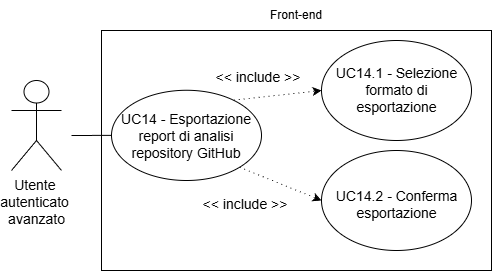
Earlier version of the draw.io export assets/diagrams/UC14.png (SkarabGroup/DocumentazioneProgetto). Source tidied: cells renumbered, new cells last; positions are measured from the earlier drawing's top-left corner, leaving out a move shared by most shapes.
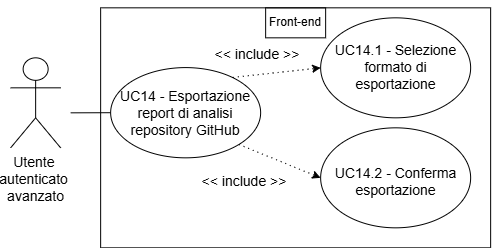
Above is the later version.

Change to the diagram source:
```diff
@@ -2,55 +2,55 @@
   <root>
     <mxCell id="0" />
     <mxCell id="1" parent="0" />
-    <mxCell id="2" value="Front-end" style="text;html=1;whiteSpace=wrap;strokeColor=none;fillColor=none;align=center;verticalAlign=middle;rounded=0;" parent="1" vertex="1">
-      <mxGeometry x="255" width="60" height="30" as="geometry" />
-    </mxCell>
     <mxCell id="3" value="&lt;font style=&quot;font-size: 14px;&quot;&gt;Utente&lt;/font&gt;&lt;font style=&quot;font-size: 12px;&quot;&gt;&amp;nbsp;&lt;/font&gt;&lt;div&gt;&lt;font style=&quot;&quot;&gt;&lt;font style=&quot;font-size: 14px;&quot;&gt;autenticato&lt;/font&gt;&lt;span style=&quot;font-size: 14px;&quot;&gt;&amp;nbsp;&lt;/span&gt;&lt;/font&gt;&lt;/div&gt;&lt;div&gt;&lt;font style=&quot;font-size: 14px;&quot;&gt;avanzato&lt;/font&gt;&lt;/div&gt;" style="shape=umlActor;verticalLabelPosition=bottom;verticalAlign=top;html=1;" parent="1" vertex="1">
-      <mxGeometry y="80" width="50" height="90" as="geometry" />
+      <mxGeometry x="818.1" y="1179.3" width="50" height="90" as="geometry" />
     </mxCell>
-    <mxCell id="4" style="rounded=0;whiteSpace=wrap;html=1;" parent="1" vertex="1">
-      <mxGeometry x="90" y="30" width="390" height="240" as="geometry" />
-    </mxCell>
-    <mxCell id="5" style="endArrow=none;html=1;rounded=0;" parent="1" edge="1" target="6">
-      <mxGeometry relative="1" as="geometry">
-        <mxPoint x="60" y="135" as="sourcePoint" />
-      </mxGeometry>
-    </mxCell>
-    <mxCell id="6" style="ellipse;whiteSpace=wrap;html=1;" parent="1" vertex="1">
-      <mxGeometry x="100" y="89.8" width="150" height="90.2" as="geometry" />
-    </mxCell>
+    <mxCell id="17" style="rounded=0;whiteSpace=wrap;html=1;" parent="1" vertex="1">
+      <mxGeometry x="908.1" y="1129.3" width="390" height="240" as="geometry" />
+    </mxCell>
+    <mxCell id="18" style="endArrow=none;html=1;rounded=0;" parent="1" edge="1" target="19">
+      <mxGeometry relative="1" as="geometry">
+        <mxPoint x="878.1" y="1234.3" as="sourcePoint" />
+      </mxGeometry>
+    </mxCell>
+    <mxCell id="19" style="ellipse;whiteSpace=wrap;html=1;" parent="1" vertex="1">
+      <mxGeometry x="918.1" y="1189.1" width="150" height="90.2" as="geometry" />
+    </mxCell>
     <mxCell id="7" value="&lt;font style=&quot;font-size: 14px;&quot;&gt;UC14 - Esportazione report di analisi repository GitHub&lt;/font&gt;" style="text;html=1;whiteSpace=wrap;strokeColor=none;fillColor=none;align=center;verticalAlign=middle;rounded=0;" parent="1" vertex="1">
-      <mxGeometry x="96.2" y="121.2" width="157.5" height="28.8" as="geometry" />
+      <mxGeometry x="914.4" y="1220.6" width="157.5" height="28.8" as="geometry" />
     </mxCell>
-    <mxCell id="8" style="endArrow=classic;html=1;rounded=0;" parent="1" edge="1">
-      <mxGeometry relative="1" as="geometry">
-        <mxPoint x="20" y="30" as="sourcePoint" />
-        <mxPoint x="20" y="30" as="targetPoint" />
-      </mxGeometry>
-    </mxCell>
-    <mxCell id="9" style="ellipse;whiteSpace=wrap;html=1;" parent="1" vertex="1">
-      <mxGeometry x="310" y="40" width="150" height="100" as="geometry" />
-    </mxCell>
-    <mxCell id="10" style="ellipse;whiteSpace=wrap;html=1;" parent="1" vertex="1">
-      <mxGeometry x="310" y="150" width="150" height="100" as="geometry" />
-    </mxCell>
+    <mxCell id="20" style="endArrow=classic;html=1;rounded=0;" parent="1" edge="1">
+      <mxGeometry relative="1" as="geometry">
+        <mxPoint x="838.1" y="1129.3" as="sourcePoint" />
+        <mxPoint x="838.1" y="1129.3" as="targetPoint" />
+      </mxGeometry>
+    </mxCell>
+    <mxCell id="21" style="ellipse;whiteSpace=wrap;html=1;" parent="1" vertex="1">
+      <mxGeometry x="1128.1" y="1139.3" width="150" height="100" as="geometry" />
+    </mxCell>
+    <mxCell id="22" style="ellipse;whiteSpace=wrap;html=1;" parent="1" vertex="1">
+      <mxGeometry x="1128.1" y="1249.3" width="150" height="100" as="geometry" />
+    </mxCell>
     <mxCell id="11" value="&lt;font style=&quot;font-size: 14px;&quot;&gt;UC14.1 - Selezione formato di esportazione&lt;/font&gt;" style="text;html=1;whiteSpace=wrap;strokeColor=none;fillColor=none;align=center;verticalAlign=middle;rounded=0;" parent="1" vertex="1">
-      <mxGeometry x="322.5" y="72.4" width="125" height="35.1" as="geometry" />
+      <mxGeometry x="1140.6" y="1171.8" width="125" height="35.1" as="geometry" />
     </mxCell>
     <mxCell id="12" value="&lt;font style=&quot;font-size: 14px;&quot;&gt;UC14.2 - Conferma esportazione&lt;/font&gt;" style="text;html=1;whiteSpace=wrap;strokeColor=none;fillColor=none;align=center;verticalAlign=middle;rounded=0;" parent="1" vertex="1">
-      <mxGeometry x="322.5" y="189" width="125" height="30.2" as="geometry" />
+      <mxGeometry x="1140.6" y="1288.3" width="125" height="30.2" as="geometry" />
     </mxCell>
-    <mxCell id="13" style="endArrow=classic;html=1;rounded=0;exitX=0.815;exitY=0.109;exitDx=0;exitDy=0;exitPerimeter=0;entryX=0;entryY=0.5;entryDx=0;entryDy=0;dashed=1;dashPattern=1 4;" parent="1" edge="1" source="6" target="9">
-      <mxGeometry relative="1" as="geometry" />
-    </mxCell>
-    <mxCell id="14" style="endArrow=classic;html=1;rounded=0;exitX=1;exitY=1;exitDx=0;exitDy=0;entryX=0;entryY=0.5;entryDx=0;entryDy=0;dashed=1;dashPattern=1 4;" parent="1" edge="1" source="6" target="10">
-      <mxGeometry relative="1" as="geometry" />
-    </mxCell>
-    <mxCell id="15" value="&lt;font style=&quot;font-size: 14px;&quot;&gt;&amp;lt;&amp;lt; include &amp;gt;&amp;gt;&lt;/font&gt;" style="text;html=1;whiteSpace=wrap;strokeColor=none;fillColor=none;align=center;verticalAlign=middle;rounded=0;" parent="1" vertex="1">
-      <mxGeometry x="199" y="62.1" width="96" height="30" as="geometry" />
-    </mxCell>
-    <mxCell id="16" value="&lt;font style=&quot;font-size: 14px;&quot;&gt;&amp;lt;&amp;lt; include &amp;gt;&amp;gt;&lt;/font&gt;" style="text;html=1;whiteSpace=wrap;strokeColor=none;fillColor=none;align=center;verticalAlign=middle;rounded=0;" parent="1" vertex="1">
-      <mxGeometry x="185" y="189" width="98" height="30" as="geometry" />
-    </mxCell>
+    <mxCell id="23" style="endArrow=classic;html=1;rounded=0;exitX=0.815;exitY=0.109;exitDx=0;exitDy=0;exitPerimeter=0;entryX=0;entryY=0.5;entryDx=0;entryDy=0;dashed=1;dashPattern=1 4;" parent="1" edge="1" source="19" target="21">
+      <mxGeometry relative="1" as="geometry" />
+    </mxCell>
+    <mxCell id="24" style="endArrow=classic;html=1;rounded=0;exitX=1;exitY=1;exitDx=0;exitDy=0;entryX=0;entryY=0.5;entryDx=0;entryDy=0;dashed=1;dashPattern=1 4;" parent="1" edge="1" source="19" target="22">
+      <mxGeometry relative="1" as="geometry" />
+    </mxCell>
+    <mxCell id="25" value="&lt;font style=&quot;font-size: 14px;&quot;&gt;&amp;lt;&amp;lt; include &amp;gt;&amp;gt;&lt;/font&gt;" style="text;html=1;whiteSpace=wrap;strokeColor=none;fillColor=none;align=center;verticalAlign=middle;rounded=0;" parent="1" vertex="1">
+      <mxGeometry x="1017.1" y="1161.5" width="96" height="30" as="geometry" />
+    </mxCell>
+    <mxCell id="26" value="&lt;font style=&quot;font-size: 14px;&quot;&gt;&amp;lt;&amp;lt; include &amp;gt;&amp;gt;&lt;/font&gt;" style="text;html=1;whiteSpace=wrap;strokeColor=none;fillColor=none;align=center;verticalAlign=middle;rounded=0;" parent="1" vertex="1">
+      <mxGeometry x="1003.1" y="1288.3" width="98" height="30" as="geometry" />
+    </mxCell>
+    <mxCell id="2" value="Front-end" style="text;html=1;whiteSpace=wrap;strokeColor=default;fillColor=none;align=center;verticalAlign=middle;rounded=0;perimeterSpacing=1;" parent="1" vertex="1">
+      <mxGeometry x="1073.1" y="1129.3" width="60" height="30" as="geometry" />
+    </mxCell>
   </root>
 </mxGraphModel>
```
